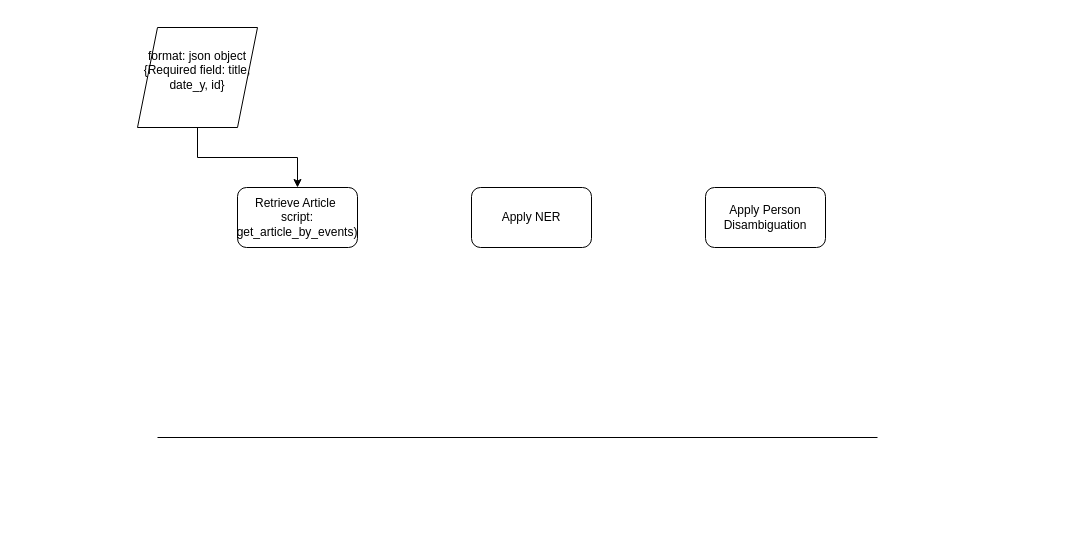
Before: workflowDiagram.drawio in Shoilee/linking_delpher, a draw.io diagram. Source tidied: cells renumbered, new cells numbered last; positions are measured from the earlier drawing's top-left corner, leaving out a move shared by most shapes. Both pictures are drawn from the tidied source at 100%, with x=0, y=0 at pixel (137, 27).
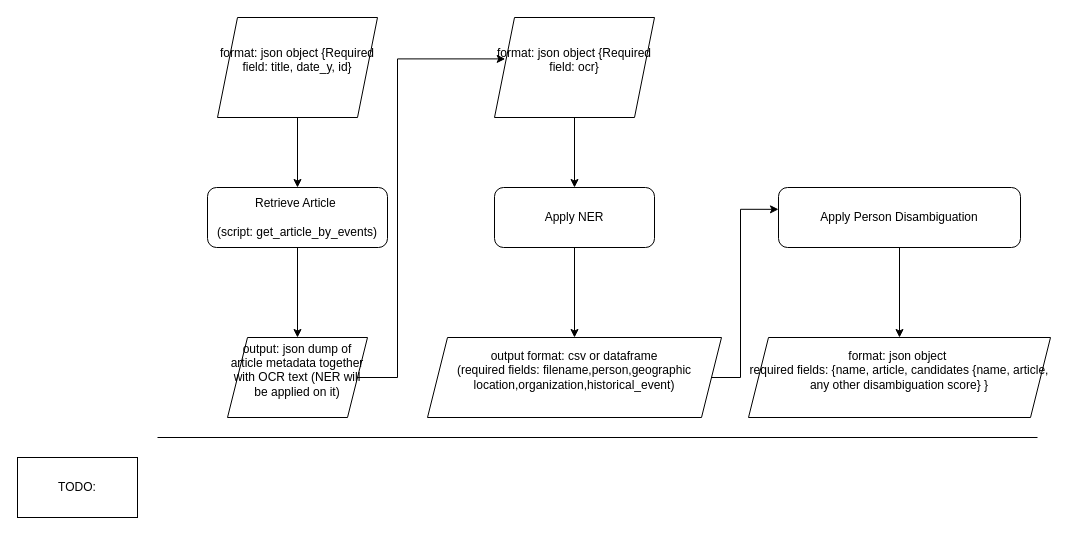
The same page after the edit.

The edit, as a diff of the source:
```diff
@@
+    <mxCell id="8" style="edgeStyle=orthogonalEdgeStyle;rounded=0;jettySize=auto;html=1;" parent="1" edge="1" source="2" target="12">
+      <mxGeometry relative="1" as="geometry" />
+    </mxCell>
-    <mxCell id="2" value="Retrieve Article&amp;nbsp;&lt;div&gt;script: get_article_by_events)&lt;/div&gt;" style="rounded=1;whiteSpace=wrap;html=1;" parent="1" vertex="1">
-      <mxGeometry x="100" y="160" width="120" height="60" as="geometry" />
+    <mxCell id="2" value="Retrieve Article&amp;nbsp;&lt;br&gt;&lt;br&gt;&lt;div&gt;(script: get_article_by_events)&lt;/div&gt;" style="rounded=1;whiteSpace=wrap;html=1;" parent="1" vertex="1">
+      <mxGeometry x="70" y="160" width="180" height="60" as="geometry" />
     </mxCell>
+    <mxCell id="9" style="edgeStyle=orthogonalEdgeStyle;rounded=0;jettySize=auto;html=1;entryX=0.5;entryY=0;entryDx=0;entryDy=0;" parent="1" edge="1" source="3" target="16">
+      <mxGeometry relative="1" as="geometry" />
+    </mxCell>
     <mxCell id="3" value="Apply NER" style="rounded=1;whiteSpace=wrap;html=1;" parent="1" vertex="1">
-      <mxGeometry x="334" y="160" width="120" height="60" as="geometry" />
+      <mxGeometry x="357" y="160" width="160" height="60" as="geometry" />
     </mxCell>
+    <mxCell id="10" style="edgeStyle=orthogonalEdgeStyle;rounded=0;jettySize=auto;html=1;entryX=0.5;entryY=0;entryDx=0;entryDy=0;" parent="1" edge="1" source="4" target="17">
+      <mxGeometry relative="1" as="geometry" />
+    </mxCell>
     <mxCell id="4" value="Apply Person Disambiguation" style="rounded=1;whiteSpace=wrap;html=1;" parent="1" vertex="1">
-      <mxGeometry x="568" y="160" width="120" height="60" as="geometry" />
+      <mxGeometry x="641" y="160" width="242" height="60" as="geometry" />
     </mxCell>
@@
     <mxCell id="6" value="format: json object {Required field: title, date_y, id&lt;span style=&quot;background-color: transparent; color: light-dark(rgb(0, 0, 0), rgb(255, 255, 255));&quot;&gt;}&lt;/span&gt;&lt;div&gt;&lt;br&gt;&lt;/div&gt;" style="shape=parallelogram;perimeter=parallelogramPerimeter;whiteSpace=wrap;html=1;shapeInside=1;fixedSize=1;" parent="1" vertex="1">
-      <mxGeometry width="120" height="100" as="geometry" />
+      <mxGeometry x="80" y="-10" width="160" height="100" as="geometry" />
     </mxCell>
     <mxCell id="7" style="endArrow=none;html=1;rounded=0;" parent="1" edge="1">
       <mxGeometry relative="1" as="geometry">
         <mxPoint x="20" y="410" as="sourcePoint" />
-        <mxPoint x="740" y="410" as="targetPoint" />
+        <mxPoint x="900" y="410" as="targetPoint" />
       </mxGeometry>
     </mxCell>
+    <mxCell id="11" style="edgeStyle=orthogonalEdgeStyle;rounded=0;jettySize=auto;html=1;entryX=0.067;entryY=0.414;entryDx=0;entryDy=0;entryPerimeter=0;" parent="1" edge="1" source="12" target="15">
+      <mxGeometry relative="1" as="geometry">
+        <Array as="points">
+          <mxPoint x="260" y="350" />
+          <mxPoint x="260" y="31.4" />
+        </Array>
+      </mxGeometry>
+    </mxCell>
+    <mxCell id="12" value="output: json dump of article metadata together with OCR text (NER will be applied on it)&lt;div&gt;&lt;br/&gt;&lt;/div&gt;" style="shape=parallelogram;perimeter=parallelogramPerimeter;whiteSpace=wrap;html=1;shapeInside=1;fixedSize=1;" parent="1" vertex="1">
+      <mxGeometry x="90" y="310" width="140" height="80" as="geometry" />
+    </mxCell>
+    <mxCell id="13" value="TODO:" style="rounded=0;whiteSpace=wrap;html=1;" parent="1" vertex="1">
+      <mxGeometry x="-120" y="430" width="120" height="60" as="geometry" />
+    </mxCell>
+    <mxCell id="14" style="edgeStyle=orthogonalEdgeStyle;rounded=0;jettySize=auto;html=1;" parent="1" edge="1" source="15" target="3">
+      <mxGeometry relative="1" as="geometry" />
+    </mxCell>
+    <mxCell id="15" value="format: json object {Required field: ocr&lt;span style=&quot;background-color: transparent; color: light-dark(rgb(0, 0, 0), rgb(255, 255, 255));&quot;&gt;}&lt;/span&gt;&lt;div&gt;&lt;br&gt;&lt;/div&gt;" style="shape=parallelogram;perimeter=parallelogramPerimeter;whiteSpace=wrap;html=1;shapeInside=1;fixedSize=1;" parent="1" vertex="1">
+      <mxGeometry x="357" y="-10" width="160" height="100" as="geometry" />
+    </mxCell>
+    <mxCell id="16" value="output format: csv or dataframe&lt;br&gt;(required fields: filename,person,geographic location,organization,historical_event)&lt;br&gt;&lt;div&gt;&lt;br&gt;&lt;/div&gt;" style="shape=parallelogram;perimeter=parallelogramPerimeter;whiteSpace=wrap;html=1;shapeInside=1;fixedSize=1;" parent="1" vertex="1">
+      <mxGeometry x="290" y="310" width="294" height="80" as="geometry" />
+    </mxCell>
+    <mxCell id="17" value="format: json object&amp;nbsp;&lt;br&gt;&lt;span style=&quot;background-color: transparent; color: light-dark(rgb(0, 0, 0), rgb(255, 255, 255));&quot;&gt;required fields: {name, article, candidates {name, article, any other disambiguation score} }&lt;/span&gt;&lt;div&gt;&lt;br&gt;&lt;/div&gt;" style="shape=parallelogram;perimeter=parallelogramPerimeter;whiteSpace=wrap;html=1;shapeInside=1;fixedSize=1;" parent="1" vertex="1">
+      <mxGeometry x="611" y="310" width="302" height="80" as="geometry" />
+    </mxCell>
+    <mxCell id="18" style="edgeStyle=orthogonalEdgeStyle;rounded=0;jettySize=auto;html=1;entryX=0;entryY=0.364;entryDx=0;entryDy=0;entryPerimeter=0;" parent="1" edge="1" source="16" target="4">
+      <mxGeometry relative="1" as="geometry">
+        <Array as="points">
+          <mxPoint x="603" y="350" />
+          <mxPoint x="603" y="181.8" />
+        </Array>
+      </mxGeometry>
+    </mxCell>
```
